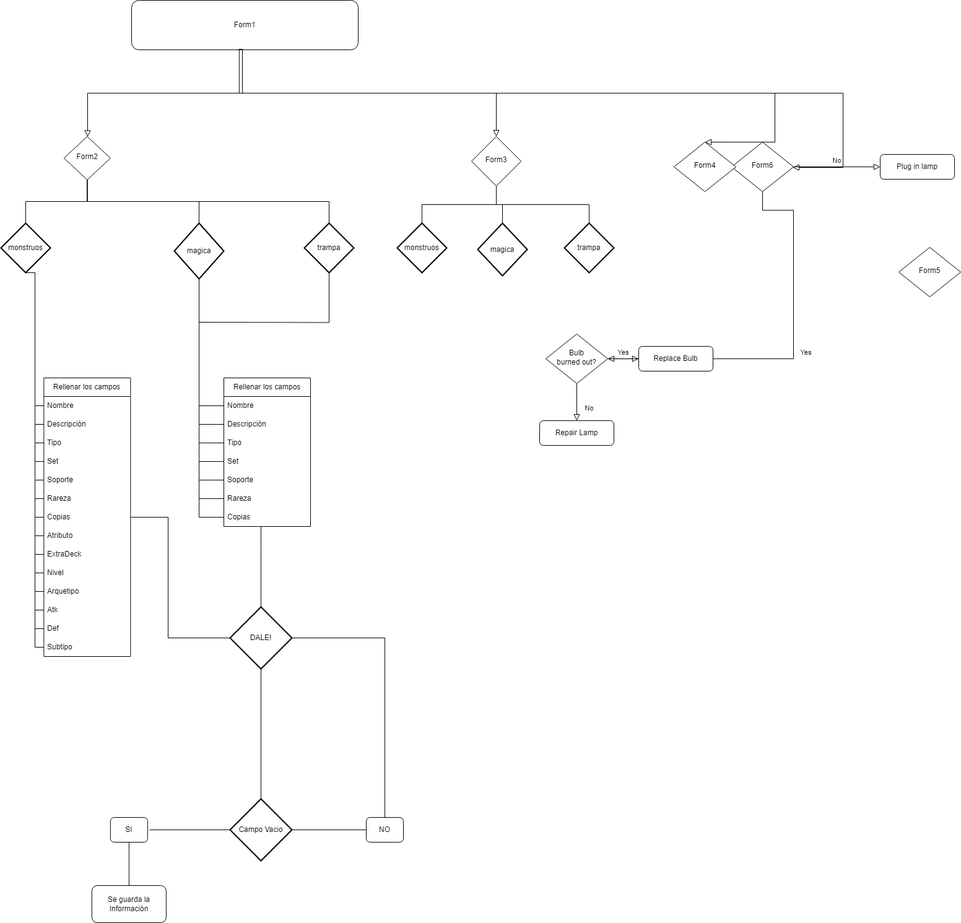
Above: SerializableYugi/diagrama.drawio.png in ivansanjose1/TFG (draw.io), before the change. Source tidied: cells renumbered, new cells last; positions are measured from the earlier drawing's top-left corner, leaving out a move shared by most shapes.
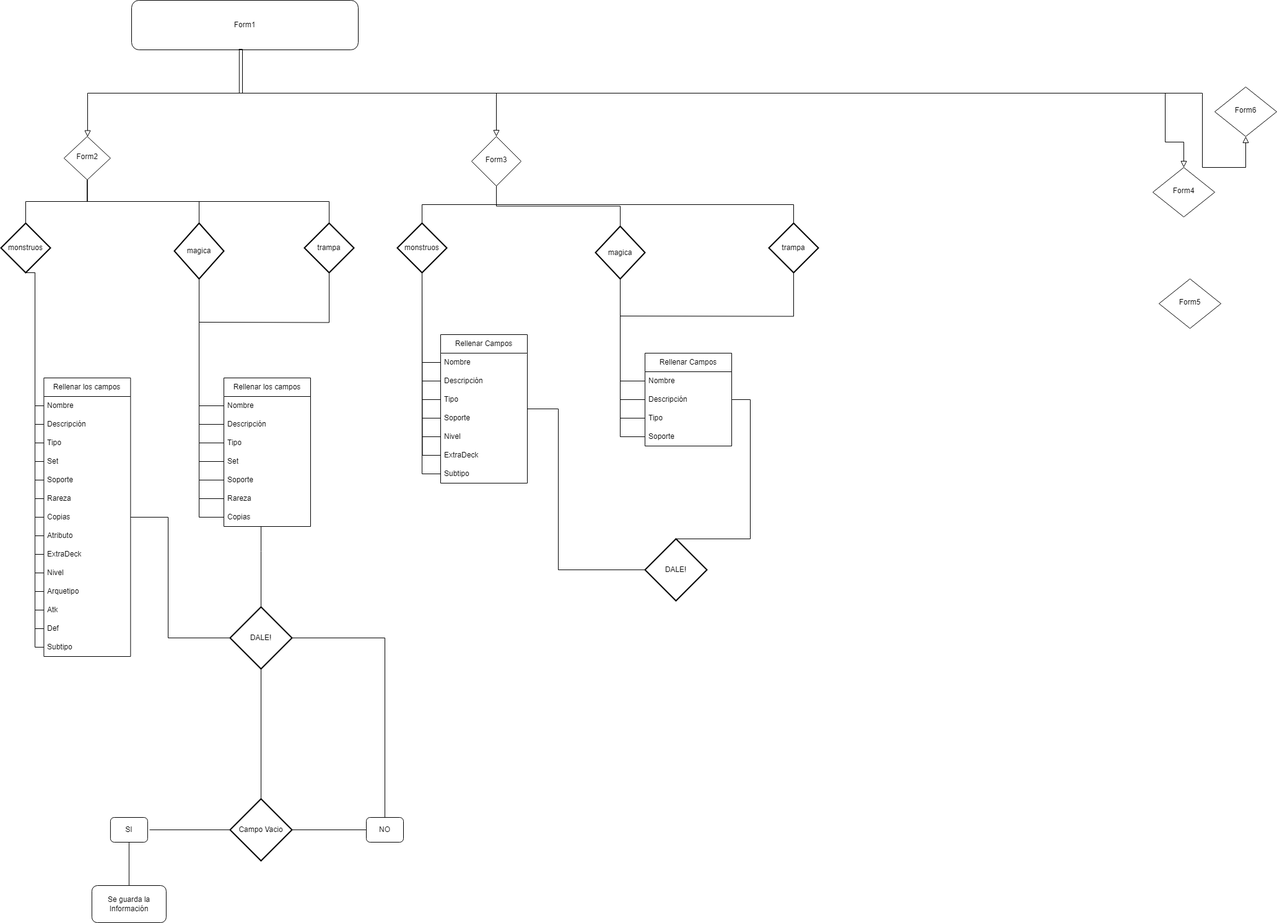
Above is the later version.

Change to the diagram source:
```diff
@@ -6,47 +6,18 @@
       <mxGeometry relative="1" as="geometry">
         <Array as="points">
           <mxPoint x="390" y="150" />
-          <mxPoint x="1360" y="150" />
-          <mxPoint x="1360" y="270" />
+          <mxPoint x="1940" y="150" />
+          <mxPoint x="1940" y="270" />
+          <mxPoint x="2010" y="270" />
         </Array>
       </mxGeometry>
     </mxCell>
     <mxCell id="3" value="Form1" style="rounded=1;whiteSpace=wrap;html=1;fontSize=12;glass=0;strokeWidth=1;shadow=0;" parent="1" vertex="1">
       <mxGeometry x="211" width="366" height="80" as="geometry" />
     </mxCell>
-    <mxCell id="4" value="Yes" style="rounded=0;html=1;jettySize=auto;fontSize=11;endArrow=block;endFill=0;endSize=8;strokeWidth=1;shadow=0;labelBackgroundColor=none;edgeStyle=orthogonalEdgeStyle;" parent="1" edge="1" source="6" target="10">
-      <mxGeometry y="20" relative="1" as="geometry">
-        <Array as="points">
-          <mxPoint x="1230" y="339.1" />
-          <mxPoint x="1280" y="339.1" />
-          <mxPoint x="1280" y="579.1" />
-        </Array>
-      </mxGeometry>
-    </mxCell>
-    <mxCell id="5" value="No" style="edgeStyle=orthogonalEdgeStyle;rounded=0;html=1;jettySize=auto;fontSize=11;endArrow=block;endFill=0;endSize=8;strokeWidth=1;shadow=0;labelBackgroundColor=none;" parent="1" edge="1" source="6" target="7">
-      <mxGeometry y="10" relative="1" as="geometry" />
-    </mxCell>
     <mxCell id="6" value="Form6" style="rhombus;whiteSpace=wrap;html=1;shadow=0;fontFamily=Helvetica;fontSize=12;align=center;strokeWidth=1;spacing=6;spacingTop=-4;" parent="1" vertex="1">
-      <mxGeometry x="1180" y="229.1" width="100" height="80" as="geometry" />
+      <mxGeometry x="1960" y="140" width="100" height="80" as="geometry" />
     </mxCell>
-    <mxCell id="7" value="Plug in lamp" style="rounded=1;whiteSpace=wrap;html=1;fontSize=12;glass=0;strokeWidth=1;shadow=0;" parent="1" vertex="1">
-      <mxGeometry x="1420" y="249.1" width="120" height="40" as="geometry" />
-    </mxCell>
-    <mxCell id="8" value="No" style="rounded=0;html=1;jettySize=auto;fontSize=11;endArrow=block;endFill=0;endSize=8;strokeWidth=1;shadow=0;labelBackgroundColor=none;edgeStyle=orthogonalEdgeStyle;" parent="1" edge="1" source="10" target="11">
-      <mxGeometry x="0.33" y="20" relative="1" as="geometry" />
-    </mxCell>
-    <mxCell id="9" value="Yes" style="edgeStyle=orthogonalEdgeStyle;rounded=0;html=1;jettySize=auto;fontSize=11;endArrow=block;endFill=0;endSize=8;strokeWidth=1;shadow=0;labelBackgroundColor=none;" parent="1" edge="1" source="10" target="12">
-      <mxGeometry y="10" relative="1" as="geometry" />
-    </mxCell>
-    <mxCell id="10" value="Bulb&lt;br&gt;burned out?" style="rhombus;whiteSpace=wrap;html=1;shadow=0;fontFamily=Helvetica;fontSize=12;align=center;strokeWidth=1;spacing=6;spacingTop=-4;" parent="1" vertex="1">
-      <mxGeometry x="880" y="539.1" width="100" height="80" as="geometry" />
-    </mxCell>
-    <mxCell id="11" value="Repair Lamp" style="rounded=1;whiteSpace=wrap;html=1;fontSize=12;glass=0;strokeWidth=1;shadow=0;" parent="1" vertex="1">
-      <mxGeometry x="870" y="679.1" width="120" height="40" as="geometry" />
-    </mxCell>
-    <mxCell id="12" value="Replace Bulb" style="rounded=1;whiteSpace=wrap;html=1;fontSize=12;glass=0;strokeWidth=1;shadow=0;" parent="1" vertex="1">
-      <mxGeometry x="1030" y="559.1" width="120" height="40" as="geometry" />
-    </mxCell>
     <mxCell id="13" value="Form2" style="rhombus;whiteSpace=wrap;html=1;shadow=0;fontFamily=Helvetica;fontSize=12;align=center;strokeWidth=1;spacing=6;spacingTop=-4;" parent="1" vertex="1">
       <mxGeometry x="101.9" y="220" width="75" height="70" as="geometry" />
     </mxCell>
@@ -63,7 +34,7 @@
       <mxGeometry x="760" y="220" width="80" height="80" as="geometry" />
     </mxCell>
     <mxCell id="16" value="Form4" style="rhombus;whiteSpace=wrap;html=1;shadow=0;fontFamily=Helvetica;fontSize=12;align=center;strokeWidth=1;spacing=6;spacingTop=-4;" parent="1" vertex="1">
-      <mxGeometry x="1087" y="229.1" width="100" height="80" as="geometry" />
+      <mxGeometry x="1860" y="270" width="100" height="80" as="geometry" />
     </mxCell>
     <mxCell id="17" style="rounded=0;html=1;jettySize=auto;fontSize=11;endArrow=block;endFill=0;endSize=8;strokeWidth=1;shadow=0;labelBackgroundColor=none;edgeStyle=elbowEdgeStyle;exitX=0.475;exitY=1;exitDx=0;exitDy=0;exitPerimeter=0;entryX=0.5;entryY=0;entryDx=0;entryDy=0;elbow=vertical;" parent="1" edge="1" source="3" target="15">
       <mxGeometry relative="1" as="geometry" />
@@ -73,13 +44,14 @@
         <Array as="points">
           <mxPoint x="390" y="80" />
           <mxPoint x="390" y="150" />
-          <mxPoint x="1250" y="150" />
-          <mxPoint x="1250" y="229" />
+          <mxPoint x="1880" y="150" />
+          <mxPoint x="1880" y="229" />
+          <mxPoint x="1910" y="229" />
         </Array>
       </mxGeometry>
     </mxCell>
     <mxCell id="19" value="Form5" style="rhombus;whiteSpace=wrap;html=1;shadow=0;fontFamily=Helvetica;fontSize=12;align=center;strokeWidth=1;spacing=6;spacingTop=-4;" parent="1" vertex="1">
-      <mxGeometry x="1450" y="399.1" width="100" height="80" as="geometry" />
+      <mxGeometry x="1870" y="450" width="100" height="80" as="geometry" />
     </mxCell>
     <mxCell id="20" value="monstruos" style="strokeWidth=2;html=1;shape=mxgraph.flowchart.decision;whiteSpace=wrap;" parent="1" vertex="1">
       <mxGeometry y="360" width="80" height="80" as="geometry" />
@@ -325,10 +297,10 @@
       <mxGeometry x="640" y="360" width="80" height="80" as="geometry" />
     </mxCell>
     <mxCell id="84" value="magica" style="strokeWidth=2;html=1;shape=mxgraph.flowchart.decision;whiteSpace=wrap;" parent="1" vertex="1">
-      <mxGeometry x="770" y="360" width="80" height="85" as="geometry" />
+      <mxGeometry x="960" y="365" width="80" height="85" as="geometry" />
     </mxCell>
     <mxCell id="85" value="trampa" style="strokeWidth=2;html=1;shape=mxgraph.flowchart.decision;whiteSpace=wrap;" parent="1" vertex="1">
-      <mxGeometry x="910" y="360" width="80" height="80" as="geometry" />
+      <mxGeometry x="1240" y="360" width="80" height="80" as="geometry" />
     </mxCell>
     <mxCell id="86" style="endArrow=none;html=1;rounded=0;entryX=0.5;entryY=1;entryDx=0;entryDy=0;exitX=0.5;exitY=0;exitDx=0;exitDy=0;exitPerimeter=0;edgeStyle=orthogonalEdgeStyle;" parent="1" edge="1" source="83" target="15">
       <mxGeometry relative="1" as="geometry" />
@@ -339,5 +311,101 @@
     <mxCell id="88" style="endArrow=none;html=1;rounded=0;entryX=0.5;entryY=1;entryDx=0;entryDy=0;exitX=0.5;exitY=0;exitDx=0;exitDy=0;exitPerimeter=0;edgeStyle=orthogonalEdgeStyle;" parent="1" edge="1" source="85" target="15">
       <mxGeometry relative="1" as="geometry" />
     </mxCell>
+    <mxCell id="89" value="Rellenar Campos" style="swimlane;fontStyle=0;horizontal=1;startSize=30;whiteSpace=wrap;html=1;" parent="1" vertex="1">
+      <mxGeometry x="710" y="540" width="140" height="240" as="geometry" />
+    </mxCell>
+    <mxCell id="90" value="Nombre" style="text;strokeColor=none;fillColor=none;align=left;verticalAlign=middle;spacingLeft=4;spacingRight=4;overflow=hidden;points=[[0,0.5],[1,0.5]];portConstraint=eastwest;whiteSpace=wrap;html=1;" parent="89" vertex="1">
+      <mxGeometry y="30" width="140" height="30" as="geometry" />
+    </mxCell>
+    <mxCell id="91" value="Descripción" style="text;strokeColor=none;fillColor=none;align=left;verticalAlign=middle;spacingLeft=4;spacingRight=4;overflow=hidden;points=[[0,0.5],[1,0.5]];portConstraint=eastwest;whiteSpace=wrap;html=1;" parent="89" vertex="1">
+      <mxGeometry y="60" width="140" height="30" as="geometry" />
+    </mxCell>
+    <mxCell id="92" value="Tipo" style="text;strokeColor=none;fillColor=none;align=left;verticalAlign=middle;spacingLeft=4;spacingRight=4;overflow=hidden;points=[[0,0.5],[1,0.5]];portConstraint=eastwest;whiteSpace=wrap;html=1;" parent="89" vertex="1">
+      <mxGeometry y="90" width="140" height="30" as="geometry" />
+    </mxCell>
+    <mxCell id="93" value="Soporte" style="text;strokeColor=none;fillColor=none;align=left;verticalAlign=middle;spacingLeft=4;spacingRight=4;overflow=hidden;points=[[0,0.5],[1,0.5]];portConstraint=eastwest;whiteSpace=wrap;html=1;" parent="89" vertex="1">
+      <mxGeometry y="120" width="140" height="30" as="geometry" />
+    </mxCell>
+    <mxCell id="94" value="Nivel" style="text;strokeColor=none;fillColor=none;align=left;verticalAlign=middle;spacingLeft=4;spacingRight=4;overflow=hidden;points=[[0,0.5],[1,0.5]];portConstraint=eastwest;whiteSpace=wrap;html=1;" parent="89" vertex="1">
+      <mxGeometry y="150" width="140" height="30" as="geometry" />
+    </mxCell>
+    <mxCell id="95" value="ExtraDeck" style="text;strokeColor=none;fillColor=none;align=left;verticalAlign=middle;spacingLeft=4;spacingRight=4;overflow=hidden;points=[[0,0.5],[1,0.5]];portConstraint=eastwest;whiteSpace=wrap;html=1;" parent="89" vertex="1">
+      <mxGeometry y="180" width="140" height="30" as="geometry" />
+    </mxCell>
+    <mxCell id="96" value="Subtipo" style="text;strokeColor=none;fillColor=none;align=left;verticalAlign=middle;spacingLeft=4;spacingRight=4;overflow=hidden;points=[[0,0.5],[1,0.5]];portConstraint=eastwest;whiteSpace=wrap;html=1;" parent="89" vertex="1">
+      <mxGeometry y="210" width="140" height="30" as="geometry" />
+    </mxCell>
+    <mxCell id="97" value="Rellenar Campos" style="swimlane;fontStyle=0;horizontal=1;startSize=30;whiteSpace=wrap;html=1;" parent="1" vertex="1">
+      <mxGeometry x="1040" y="570" width="140" height="150" as="geometry" />
+    </mxCell>
+    <mxCell id="98" value="Nombre" style="text;strokeColor=none;fillColor=none;align=left;verticalAlign=middle;spacingLeft=4;spacingRight=4;overflow=hidden;points=[[0,0.5],[1,0.5]];portConstraint=eastwest;whiteSpace=wrap;html=1;" parent="97" vertex="1">
+      <mxGeometry y="30" width="140" height="30" as="geometry" />
+    </mxCell>
+    <mxCell id="99" value="Descripción" style="text;strokeColor=none;fillColor=none;align=left;verticalAlign=middle;spacingLeft=4;spacingRight=4;overflow=hidden;points=[[0,0.5],[1,0.5]];portConstraint=eastwest;whiteSpace=wrap;html=1;" parent="97" vertex="1">
+      <mxGeometry y="60" width="140" height="30" as="geometry" />
+    </mxCell>
+    <mxCell id="100" value="Tipo" style="text;strokeColor=none;fillColor=none;align=left;verticalAlign=middle;spacingLeft=4;spacingRight=4;overflow=hidden;points=[[0,0.5],[1,0.5]];portConstraint=eastwest;whiteSpace=wrap;html=1;" parent="97" vertex="1">
+      <mxGeometry y="90" width="140" height="30" as="geometry" />
+    </mxCell>
+    <mxCell id="101" value="Soporte" style="text;strokeColor=none;fillColor=none;align=left;verticalAlign=middle;spacingLeft=4;spacingRight=4;overflow=hidden;points=[[0,0.5],[1,0.5]];portConstraint=eastwest;whiteSpace=wrap;html=1;" parent="97" vertex="1">
+      <mxGeometry y="120" width="140" height="30" as="geometry" />
+    </mxCell>
+    <mxCell id="102" style="endArrow=none;html=1;rounded=0;entryX=0.5;entryY=1;entryDx=0;entryDy=0;entryPerimeter=0;exitX=0;exitY=0.5;exitDx=0;exitDy=0;edgeStyle=orthogonalEdgeStyle;" parent="1" edge="1" source="96" target="83">
+      <mxGeometry relative="1" as="geometry" />
+    </mxCell>
+    <mxCell id="103" style="endArrow=none;html=1;rounded=0;exitX=0;exitY=0.5;exitDx=0;exitDy=0;edgeStyle=orthogonalEdgeStyle;" parent="1" edge="1" source="95">
+      <mxGeometry relative="1" as="geometry">
+        <mxPoint x="680" y="440" as="targetPoint" />
+      </mxGeometry>
+    </mxCell>
+    <mxCell id="104" style="endArrow=none;html=1;rounded=0;entryX=0.5;entryY=1;entryDx=0;entryDy=0;entryPerimeter=0;exitX=0;exitY=0.5;exitDx=0;exitDy=0;edgeStyle=orthogonalEdgeStyle;" parent="1" edge="1" source="94" target="83">
+      <mxGeometry relative="1" as="geometry" />
+    </mxCell>
+    <mxCell id="105" style="endArrow=none;html=1;rounded=0;entryX=0.5;entryY=1;entryDx=0;entryDy=0;entryPerimeter=0;exitX=0;exitY=0.5;exitDx=0;exitDy=0;edgeStyle=orthogonalEdgeStyle;" parent="1" edge="1" source="93" target="83">
+      <mxGeometry relative="1" as="geometry" />
+    </mxCell>
+    <mxCell id="106" style="endArrow=none;html=1;rounded=0;entryX=0.5;entryY=1;entryDx=0;entryDy=0;entryPerimeter=0;exitX=0;exitY=0.5;exitDx=0;exitDy=0;edgeStyle=orthogonalEdgeStyle;" parent="1" edge="1" source="91" target="83">
+      <mxGeometry relative="1" as="geometry" />
+    </mxCell>
+    <mxCell id="107" style="endArrow=none;html=1;rounded=0;entryX=0.5;entryY=1;entryDx=0;entryDy=0;entryPerimeter=0;exitX=0;exitY=0.5;exitDx=0;exitDy=0;edgeStyle=orthogonalEdgeStyle;" parent="1" edge="1" source="92" target="83">
+      <mxGeometry relative="1" as="geometry" />
+    </mxCell>
+    <mxCell id="108" style="endArrow=none;html=1;rounded=0;entryX=0.5;entryY=1;entryDx=0;entryDy=0;entryPerimeter=0;exitX=0;exitY=0.5;exitDx=0;exitDy=0;edgeStyle=orthogonalEdgeStyle;" parent="1" edge="1" source="90" target="83">
+      <mxGeometry relative="1" as="geometry" />
+    </mxCell>
+    <mxCell id="109" style="endArrow=none;html=1;rounded=0;entryX=0.5;entryY=1;entryDx=0;entryDy=0;entryPerimeter=0;exitX=0;exitY=0.5;exitDx=0;exitDy=0;edgeStyle=orthogonalEdgeStyle;" parent="1" edge="1" source="98" target="84">
+      <mxGeometry relative="1" as="geometry" />
+    </mxCell>
+    <mxCell id="110" style="endArrow=none;html=1;rounded=0;entryX=0.5;entryY=1;entryDx=0;entryDy=0;entryPerimeter=0;exitX=0;exitY=0.5;exitDx=0;exitDy=0;edgeStyle=orthogonalEdgeStyle;" parent="1" edge="1" source="99" target="84">
+      <mxGeometry relative="1" as="geometry" />
+    </mxCell>
+    <mxCell id="111" style="endArrow=none;html=1;rounded=0;entryX=0.5;entryY=1;entryDx=0;entryDy=0;entryPerimeter=0;exitX=0;exitY=0.5;exitDx=0;exitDy=0;edgeStyle=orthogonalEdgeStyle;" parent="1" edge="1" source="100" target="84">
+      <mxGeometry relative="1" as="geometry" />
+    </mxCell>
+    <mxCell id="112" style="endArrow=none;html=1;rounded=0;entryX=0.5;entryY=1;entryDx=0;entryDy=0;entryPerimeter=0;exitX=0;exitY=0.5;exitDx=0;exitDy=0;edgeStyle=orthogonalEdgeStyle;" parent="1" edge="1" source="101" target="84">
+      <mxGeometry relative="1" as="geometry" />
+    </mxCell>
+    <mxCell id="113" style="endArrow=none;html=1;rounded=0;entryX=0.5;entryY=1;entryDx=0;entryDy=0;entryPerimeter=0;edgeStyle=orthogonalEdgeStyle;" parent="1" edge="1" target="85">
+      <mxGeometry relative="1" as="geometry">
+        <mxPoint x="1000" y="510" as="sourcePoint" />
+      </mxGeometry>
+    </mxCell>
+    <mxCell id="114" value="DALE!" style="strokeWidth=2;html=1;shape=mxgraph.flowchart.decision;whiteSpace=wrap;" parent="1" vertex="1">
+      <mxGeometry x="1040" y="870" width="100" height="100" as="geometry" />
+    </mxCell>
+    <mxCell id="115" style="endArrow=none;html=1;rounded=0;exitX=0;exitY=0.5;exitDx=0;exitDy=0;exitPerimeter=0;edgeStyle=elbowEdgeStyle;" parent="1" edge="1" source="114" target="89">
+      <mxGeometry relative="1" as="geometry">
+        <Array as="points">
+          <mxPoint x="900" y="830" />
+        </Array>
+      </mxGeometry>
+    </mxCell>
+    <mxCell id="116" style="endArrow=none;html=1;rounded=0;exitX=0.5;exitY=0;exitDx=0;exitDy=0;exitPerimeter=0;edgeStyle=elbowEdgeStyle;entryX=1;entryY=0.5;entryDx=0;entryDy=0;elbow=vertical;" parent="1" edge="1" source="114" target="99">
+      <mxGeometry relative="1" as="geometry">
+        <Array as="points">
+          <mxPoint x="1210" y="740" />
+        </Array>
+      </mxGeometry>
+    </mxCell>
   </root>
 </mxGraphModel>
```
